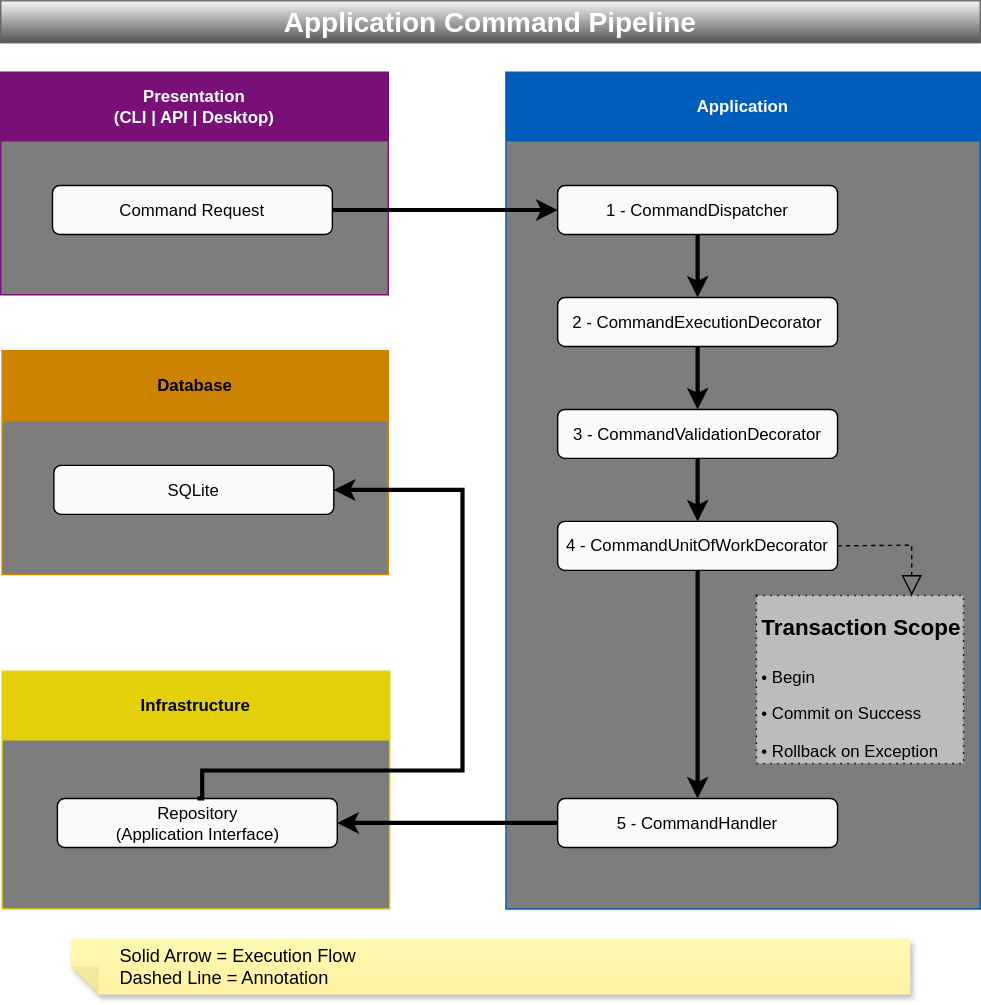
Earlier version of the draw.io export docs/application/application-command-pipeline.svg (sergio-lopes-developer/whoami). Source tidied: cells renumbered, new cells last; positions are measured from the earlier drawing's top-left corner, leaving out a move shared by most shapes.
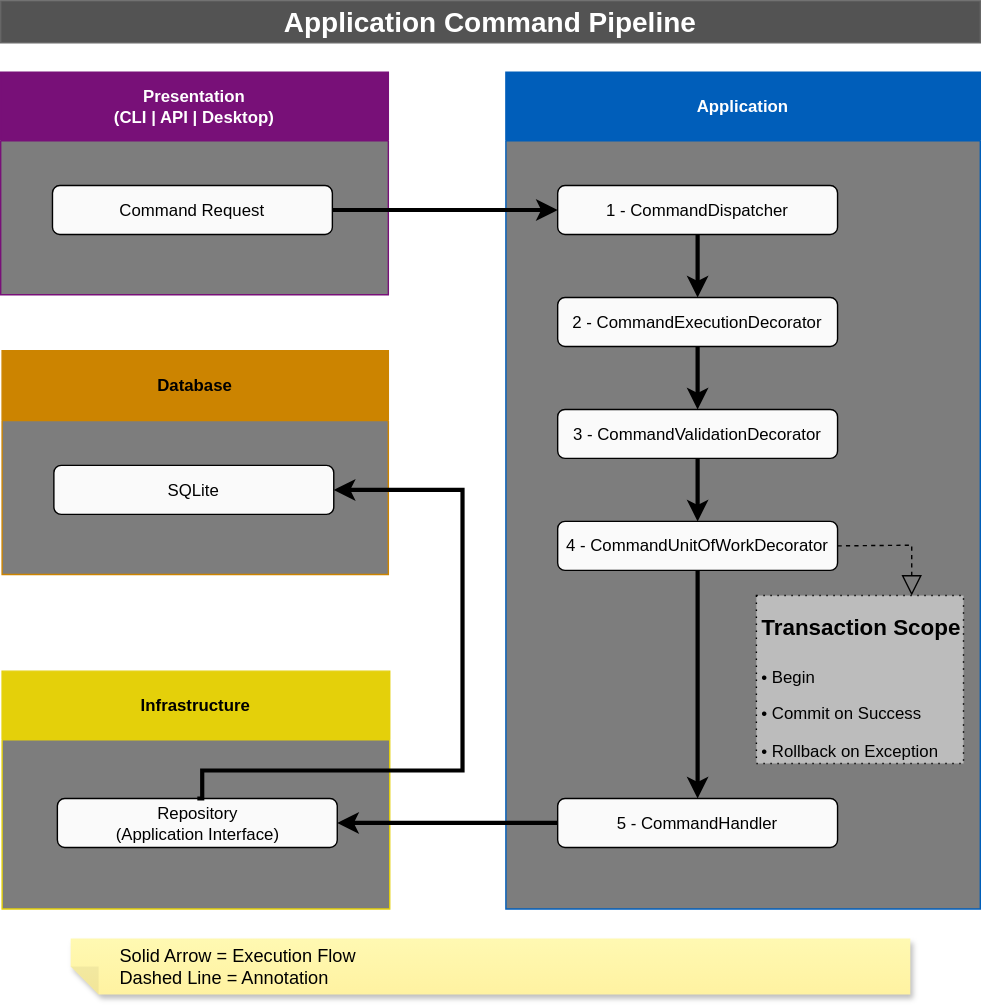
After the change.

Commit message:
docs: remove diagram title background gradients

The edit, as a diff of the source:
```diff
@@ -60,7 +60,7 @@
     <mxCell id="19" style="edgeStyle=orthogonalEdgeStyle;rounded=0;jettySize=auto;html=1;entryX=1;entryY=0.5;entryDx=0;entryDy=0;strokeWidth=3;strokeColor=light-dark(#000000,#FFFFFF);" parent="1" edge="1" source="13" target="17">
       <mxGeometry relative="1" as="geometry" />
     </mxCell>
-    <mxCell id="20" value="&lt;font style=&quot;color: light-dark(rgb(255, 255, 255), rgb(255, 255, 255));&quot;&gt;Application Command Pipeline&lt;/font&gt;" style="text;html=1;whiteSpace=wrap;strokeColor=#666666;fillColor=#f5f5f5;align=center;verticalAlign=middle;rounded=0;fontSize=20;fontStyle=1;fillStyle=solid;gradientColor=light-dark(#535353,#535353);fontColor=light-dark(#FFFFFF,#FFFFFF);" parent="1" vertex="1">
+    <mxCell id="20" value="&lt;font style=&quot;color: light-dark(rgb(255, 255, 255), rgb(255, 255, 255));&quot;&gt;Application Command Pipeline&lt;/font&gt;" style="text;html=1;whiteSpace=wrap;strokeColor=#666666;fillColor=light-dark(#535353,#535353);align=center;verticalAlign=middle;rounded=0;fontSize=20;fontStyle=1;fillStyle=solid;gradientColor=none;fontColor=light-dark(#FFFFFF,#FFFFFF);gradientDirection=radial;" parent="1" vertex="1">
       <mxGeometry width="700" height="30" as="geometry" />
     </mxCell>
     <mxCell id="21" value="Database" style="swimlane;whiteSpace=wrap;html=1;fillColor=light-dark(#CC8400,#CC8400);strokeColor=light-dark(#CC8400,#CC8400);startSize=50;fontColor=light-dark(#000000,#000000);swimlaneFillColor=light-dark(#7D7D7D,#7D7D7D);gradientColor=none;fillStyle=solid;" parent="1" vertex="1">
```
